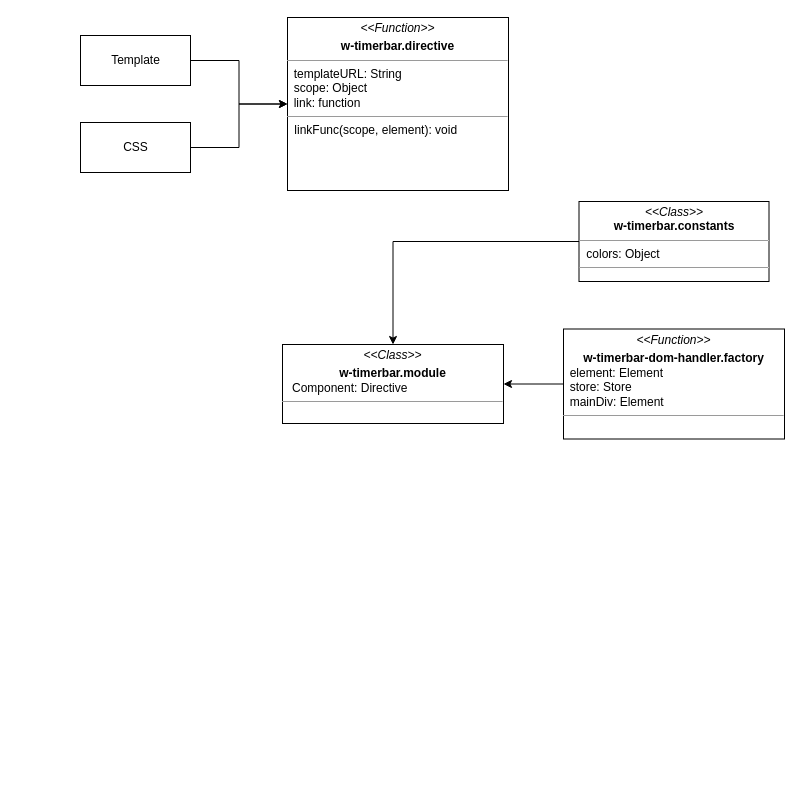
Earlier version of the draw.io diagram Untitled Diagram.drawio (wllcstr/tech). Source tidied: cells renumbered, new cells numbered last; positions are measured from the earlier drawing's top-left corner, leaving out a move shared by most shapes. Both pictures are drawn from the tidied source at 100%, with x=0, y=0 at pixel (80, 17).
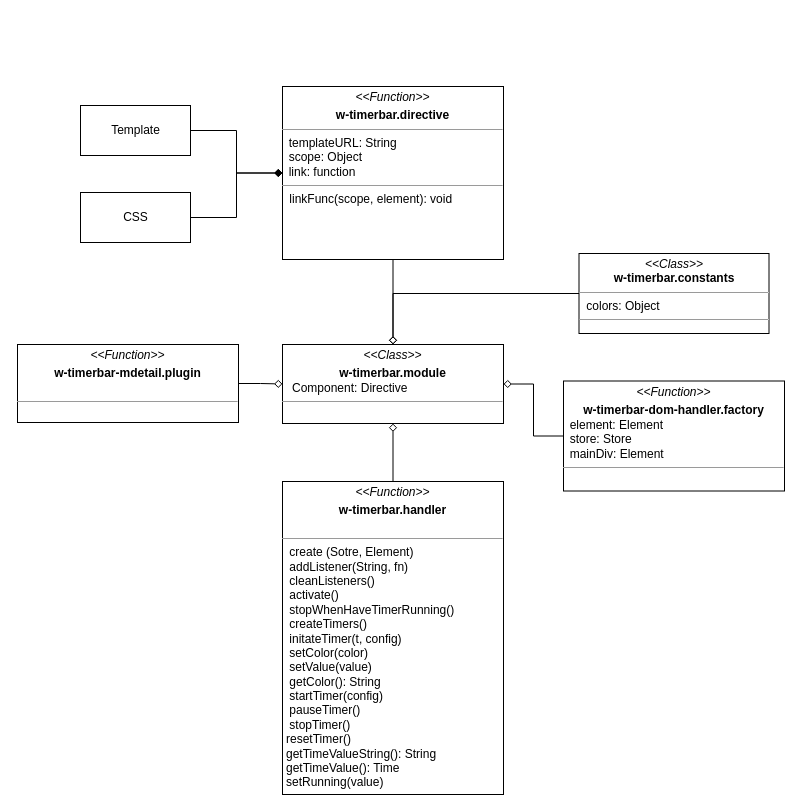
Above is the later version.

The edit, as a diff of the source:
```diff
@@
 <mxGraphModel>
   <root>
     <mxCell id="0" />
     <mxCell id="1" parent="0" />
+    <mxCell id="12" style="edgeStyle=orthogonalEdgeStyle;rounded=0;jettySize=auto;html=1;endArrow=diamond;endFill=0;" parent="1" edge="1" source="2" target="9">
+      <mxGeometry relative="1" as="geometry" />
+    </mxCell>
     <mxCell id="2" value="&lt;p style=&quot;margin: 0px ; margin-top: 4px ; text-align: center&quot;&gt;&lt;i&gt;&amp;lt;&amp;lt;Function&lt;/i&gt;&lt;i&gt;&amp;gt;&amp;gt;&lt;/i&gt;&lt;/p&gt;&lt;p style=&quot;margin: 0px ; margin-top: 4px ; text-align: center&quot;&gt;&lt;span style=&quot;font-weight: 700&quot;&gt;w-timerbar.directive&lt;/span&gt;&lt;br&gt;&lt;/p&gt;&lt;hr size=&quot;1&quot;&gt;&lt;p style=&quot;margin: 0px ; margin-left: 4px&quot;&gt;&lt;/p&gt;&amp;nbsp; templateURL: String&lt;br style=&quot;padding: 0px ; margin: 0px&quot;&gt;&amp;nbsp; scope: Object&lt;br style=&quot;padding: 0px ; margin: 0px&quot;&gt;&amp;nbsp; link: function&lt;hr size=&quot;1&quot;&gt;&lt;p style=&quot;margin: 0px ; margin-left: 4px&quot;&gt;&amp;nbsp;linkFunc(scope, element): void&lt;/p&gt;&lt;div style=&quot;padding: 0px ; margin: 0px&quot;&gt;&lt;br style=&quot;padding: 0px ; margin: 0px&quot;&gt;&lt;/div&gt;" style="verticalAlign=top;align=left;overflow=fill;fontSize=12;fontFamily=Helvetica;html=1;" parent="1" vertex="1">
-      <mxGeometry x="207" width="221" height="173" as="geometry" />
+      <mxGeometry x="202" y="69" width="221" height="173" as="geometry" />
     </mxCell>
-    <mxCell id="3" style="edgeStyle=orthogonalEdgeStyle;rounded=0;jettySize=auto;html=1;" parent="1" edge="1" source="4" target="2">
+    <mxCell id="3" style="edgeStyle=orthogonalEdgeStyle;rounded=0;jettySize=auto;html=1;endArrow=diamond;endFill=1;" parent="1" edge="1" source="4" target="2">
       <mxGeometry relative="1" as="geometry" />
     </mxCell>
     <mxCell id="4" value="Template" style="html=1;" parent="1" vertex="1">
-      <mxGeometry y="18" width="110" height="50" as="geometry" />
+      <mxGeometry y="88" width="110" height="50" as="geometry" />
     </mxCell>
-    <mxCell id="5" style="edgeStyle=orthogonalEdgeStyle;rounded=0;jettySize=auto;html=1;" parent="1" edge="1" source="6" target="2">
+    <mxCell id="5" style="edgeStyle=orthogonalEdgeStyle;rounded=0;jettySize=auto;html=1;endArrow=diamond;endFill=1;" parent="1" edge="1" source="6" target="2">
       <mxGeometry relative="1" as="geometry" />
     </mxCell>
     <mxCell id="6" value="CSS" style="html=1;" parent="1" vertex="1">
-      <mxGeometry y="105" width="110" height="50" as="geometry" />
+      <mxGeometry y="175" width="110" height="50" as="geometry" />
     </mxCell>
-    <mxCell id="7" style="edgeStyle=orthogonalEdgeStyle;rounded=0;jettySize=auto;html=1;" parent="1" edge="1" source="8" target="9">
+    <mxCell id="7" style="edgeStyle=orthogonalEdgeStyle;rounded=0;jettySize=auto;html=1;endArrow=diamond;endFill=0;" parent="1" edge="1" source="8" target="9">
       <mxGeometry relative="1" as="geometry" />
     </mxCell>
     <mxCell id="8" value="&lt;p style=&quot;margin: 0px ; margin-top: 4px ; text-align: center&quot;&gt;&lt;i&gt;&amp;lt;&amp;lt;Class&amp;gt;&amp;gt;&lt;/i&gt;&lt;br&gt;&lt;b&gt;w-timerbar.constants&lt;/b&gt;&lt;br&gt;&lt;/p&gt;&lt;hr size=&quot;1&quot;&gt;&lt;p style=&quot;margin: 0px ; margin-left: 4px&quot;&gt;&amp;nbsp;colors: Object&lt;/p&gt;&lt;hr size=&quot;1&quot;&gt;&lt;p style=&quot;margin: 0px ; margin-left: 4px&quot;&gt;&lt;br&gt;&lt;/p&gt;" style="verticalAlign=top;align=left;overflow=fill;fontSize=12;fontFamily=Helvetica;html=1;" parent="1" vertex="1">
-      <mxGeometry x="498.5" y="184" width="190" height="80" as="geometry" />
+      <mxGeometry x="498.5" y="236" width="190" height="80" as="geometry" />
     </mxCell>
     <mxCell id="9" value="&lt;p style=&quot;margin: 0px ; margin-top: 4px ; text-align: center&quot;&gt;&lt;i&gt;&amp;lt;&amp;lt;Class&lt;/i&gt;&lt;i&gt;&amp;gt;&amp;gt;&lt;/i&gt;&lt;/p&gt;&lt;p style=&quot;margin: 0px ; margin-top: 4px ; text-align: center&quot;&gt;&lt;/p&gt;&lt;div style=&quot;text-align: center&quot;&gt;&lt;span&gt;&lt;b&gt;w-timerbar.module&lt;/b&gt;&lt;/span&gt;&lt;/div&gt;&lt;p style=&quot;margin: 0px ; margin-left: 4px&quot;&gt;&lt;/p&gt;&amp;nbsp; &amp;nbsp;Component: Directive&lt;br&gt;&lt;hr size=&quot;1&quot;&gt;&lt;p style=&quot;margin: 0px ; margin-left: 4px&quot;&gt;&amp;nbsp;&lt;/p&gt;" style="verticalAlign=top;align=left;overflow=fill;fontSize=12;fontFamily=Helvetica;html=1;" parent="1" vertex="1">
       <mxGeometry x="202" y="327" width="221" height="79" as="geometry" />
     </mxCell>
-    <mxCell id="10" style="edgeStyle=orthogonalEdgeStyle;rounded=0;jettySize=auto;html=1;" parent="1" edge="1" source="11" target="9">
+    <mxCell id="10" style="edgeStyle=orthogonalEdgeStyle;rounded=0;jettySize=auto;html=1;endArrow=diamond;endFill=0;" parent="1" edge="1" source="11" target="9">
       <mxGeometry relative="1" as="geometry" />
     </mxCell>
     <mxCell id="11" value="&lt;p style=&quot;margin: 0px ; margin-top: 4px ; text-align: center&quot;&gt;&lt;i&gt;&amp;lt;&amp;lt;Function&lt;/i&gt;&lt;i&gt;&amp;gt;&amp;gt;&lt;/i&gt;&lt;/p&gt;&lt;p style=&quot;margin: 0px ; margin-top: 4px ; text-align: center&quot;&gt;&lt;/p&gt;&lt;div style=&quot;text-align: center&quot;&gt;&lt;span&gt;&lt;b&gt;w-timerbar-dom-handler.factory&lt;/b&gt;&lt;/span&gt;&lt;/div&gt;&lt;p style=&quot;margin: 0px ; margin-left: 4px&quot;&gt;&lt;/p&gt;&amp;nbsp; element: Element&lt;br style=&quot;padding: 0px ; margin: 0px&quot;&gt;&amp;nbsp; store: Store&lt;br style=&quot;padding: 0px ; margin: 0px&quot;&gt;&amp;nbsp; mainDiv: Element&lt;hr size=&quot;1&quot;&gt;&lt;p style=&quot;margin: 0px ; margin-left: 4px&quot;&gt;&lt;br&gt;&lt;/p&gt;&lt;div style=&quot;padding: 0px ; margin: 0px&quot;&gt;&lt;br style=&quot;padding: 0px ; margin: 0px&quot;&gt;&lt;/div&gt;" style="verticalAlign=top;align=left;overflow=fill;fontSize=12;fontFamily=Helvetica;html=1;" parent="1" vertex="1">
-      <mxGeometry x="483" y="311.5" width="221" height="110" as="geometry" />
+      <mxGeometry x="483" y="363.5" width="221" height="110" as="geometry" />
     </mxCell>
+    <mxCell id="13" style="edgeStyle=orthogonalEdgeStyle;rounded=0;jettySize=auto;html=1;entryX=0;entryY=0.5;entryDx=0;entryDy=0;endArrow=diamond;endFill=0;" parent="1" edge="1" source="14" target="9">
+      <mxGeometry relative="1" as="geometry" />
+    </mxCell>
+    <mxCell id="14" value="&lt;p style=&quot;margin: 0px ; margin-top: 4px ; text-align: center&quot;&gt;&lt;i&gt;&amp;lt;&amp;lt;Function&lt;/i&gt;&lt;i&gt;&amp;gt;&amp;gt;&lt;/i&gt;&lt;/p&gt;&lt;p style=&quot;margin: 0px ; margin-top: 4px ; text-align: center&quot;&gt;&lt;/p&gt;&lt;div style=&quot;text-align: center&quot;&gt;&lt;span&gt;&lt;b&gt;w-timerbar-mdetail.plugin&lt;/b&gt;&lt;/span&gt;&lt;/div&gt;&amp;nbsp;&lt;hr size=&quot;1&quot;&gt;&lt;p style=&quot;margin: 0px ; margin-left: 4px&quot;&gt;&lt;br&gt;&lt;/p&gt;&lt;div style=&quot;padding: 0px ; margin: 0px&quot;&gt;&lt;br style=&quot;padding: 0px ; margin: 0px&quot;&gt;&lt;/div&gt;" style="verticalAlign=top;align=left;overflow=fill;fontSize=12;fontFamily=Helvetica;html=1;" parent="1" vertex="1">
+      <mxGeometry x="-63" y="327" width="221" height="78" as="geometry" />
+    </mxCell>
+    <mxCell id="15" style="edgeStyle=orthogonalEdgeStyle;rounded=0;jettySize=auto;html=1;entryX=0.5;entryY=1;entryDx=0;entryDy=0;endArrow=diamond;endFill=0;" parent="1" edge="1" source="16" target="9">
+      <mxGeometry relative="1" as="geometry" />
+    </mxCell>
+    <mxCell id="16" value="&lt;p style=&quot;margin: 0px ; margin-top: 4px ; text-align: center&quot;&gt;&lt;i&gt;&amp;lt;&amp;lt;Function&lt;/i&gt;&lt;i&gt;&amp;gt;&amp;gt;&lt;/i&gt;&lt;/p&gt;&lt;p style=&quot;margin: 0px ; margin-top: 4px ; text-align: center&quot;&gt;&lt;/p&gt;&lt;div style=&quot;text-align: center&quot;&gt;&lt;span&gt;&lt;b&gt;w-timerbar.handler&lt;/b&gt;&lt;/span&gt;&lt;/div&gt;&lt;div style=&quot;text-align: center&quot;&gt;&lt;br&gt;&lt;/div&gt;&lt;hr size=&quot;1&quot;&gt;&lt;p style=&quot;margin: 0px ; margin-left: 4px&quot;&gt;&amp;nbsp;create (Sotre, Element)&lt;/p&gt;&lt;p style=&quot;margin: 0px ; margin-left: 4px&quot;&gt;&amp;nbsp;addListener(String, fn)&lt;/p&gt;&lt;p style=&quot;margin: 0px ; margin-left: 4px&quot;&gt;&amp;nbsp;cleanListeners()&lt;/p&gt;&lt;p style=&quot;margin: 0px ; margin-left: 4px&quot;&gt;&amp;nbsp;activate()&lt;/p&gt;&lt;p style=&quot;margin: 0px ; margin-left: 4px&quot;&gt;&amp;nbsp;stopWhenHaveTimerRunning()&lt;/p&gt;&lt;p style=&quot;margin: 0px ; margin-left: 4px&quot;&gt;&amp;nbsp;createTimers()&lt;/p&gt;&lt;p style=&quot;margin: 0px ; margin-left: 4px&quot;&gt;&amp;nbsp;initateTimer(t, config)&lt;/p&gt;&lt;p style=&quot;margin: 0px ; margin-left: 4px&quot;&gt;&amp;nbsp;setColor(color)&lt;/p&gt;&lt;p style=&quot;margin: 0px ; margin-left: 4px&quot;&gt;&amp;nbsp;setValue(value)&lt;/p&gt;&lt;p style=&quot;margin: 0px ; margin-left: 4px&quot;&gt;&amp;nbsp;getColor(): String&lt;/p&gt;&lt;p style=&quot;margin: 0px ; margin-left: 4px&quot;&gt;&amp;nbsp;startTimer(config)&lt;/p&gt;&lt;p style=&quot;margin: 0px ; margin-left: 4px&quot;&gt;&amp;nbsp;pauseTimer()&lt;/p&gt;&lt;p style=&quot;margin: 0px ; margin-left: 4px&quot;&gt;&amp;nbsp;stopTimer()&lt;/p&gt;&lt;p style=&quot;margin: 0px ; margin-left: 4px&quot;&gt;resetTimer()&lt;/p&gt;&lt;p style=&quot;margin: 0px ; margin-left: 4px&quot;&gt;getTimeValueString(): String&lt;/p&gt;&lt;p style=&quot;margin: 0px ; margin-left: 4px&quot;&gt;getTimeValue(): Time&lt;/p&gt;&lt;p style=&quot;margin: 0px ; margin-left: 4px&quot;&gt;setRunning(value)&lt;/p&gt;" style="verticalAlign=top;align=left;overflow=fill;fontSize=12;fontFamily=Helvetica;html=1;" parent="1" vertex="1">
+      <mxGeometry x="202" y="464" width="221" height="313" as="geometry" />
+    </mxCell>
   </root>
 </mxGraphModel>
```
